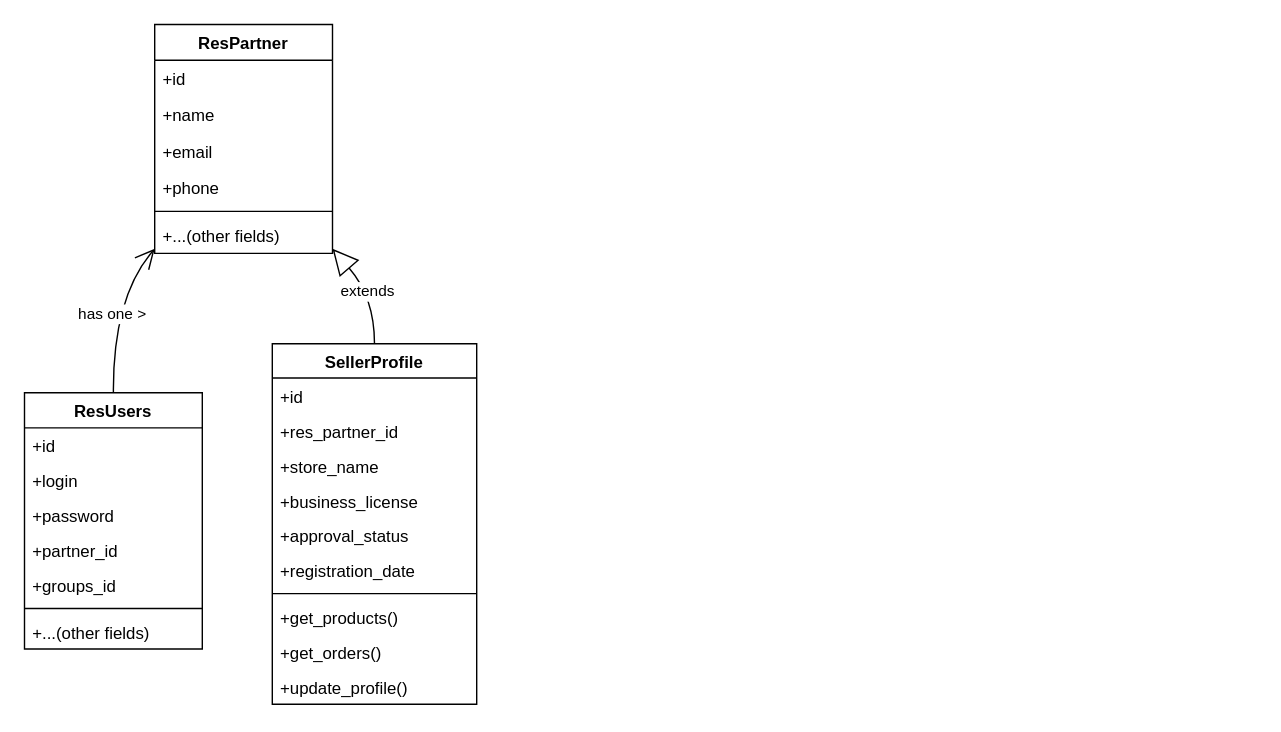
Earlier version of the draw.io diagram Diagrams/Vendor Management Module.drawio (wiembk/Marketplace). Source tidied: cells renumbered, new cells numbered last; positions are measured from the earlier drawing's top-left corner, leaving out a move shared by most shapes. Both pictures are drawn from the tidied source at 140%, with x=0, y=0 at pixel (24, 24).
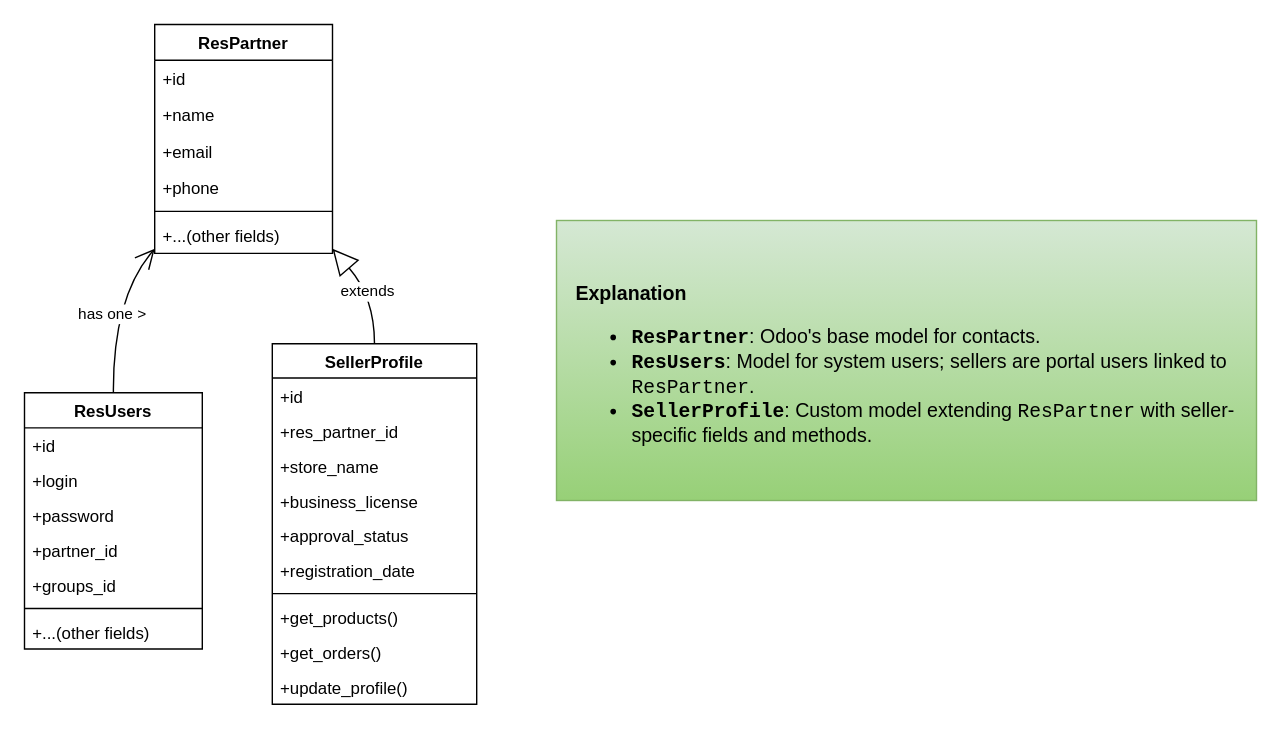
After the change.

Change to the diagram source:
```diff
@@
+    <mxCell id="30" value="&lt;h3 style=&quot;text-align: left; font-size: 14px;&quot;&gt;&lt;strong style=&quot;font-size: 14px;&quot;&gt;Explanation&lt;/strong&gt;&lt;/h3&gt;&lt;ul style=&quot;font-size: 14px;&quot;&gt;&lt;li style=&quot;text-align: left; font-size: 14px;&quot;&gt;&lt;strong style=&quot;font-size: 14px;&quot;&gt;&lt;code style=&quot;font-size: 14px;&quot;&gt;ResPartner&lt;/code&gt;&lt;/strong&gt;: Odoo's base model for contacts.&lt;/li&gt;&lt;li style=&quot;text-align: left; font-size: 14px;&quot;&gt;&lt;strong style=&quot;font-size: 14px;&quot;&gt;&lt;code style=&quot;font-size: 14px;&quot;&gt;ResUsers&lt;/code&gt;&lt;/strong&gt;: Model for system users; sellers are portal users linked to &lt;code style=&quot;font-size: 14px;&quot;&gt;ResPartner&lt;/code&gt;.&lt;/li&gt;&lt;li style=&quot;text-align: left; font-size: 14px;&quot;&gt;&lt;strong style=&quot;font-size: 14px;&quot;&gt;&lt;code style=&quot;font-size: 14px;&quot;&gt;SellerProfile&lt;/code&gt;&lt;/strong&gt;: Custom model extending &lt;code style=&quot;font-size: 14px;&quot;&gt;ResPartner&lt;/code&gt; with seller-specific fields and methods.&lt;/li&gt;&lt;/ul&gt;&lt;h3 style=&quot;font-size: 14px;&quot;&gt;&lt;/h3&gt;&lt;h2 style=&quot;font-size: 14px;&quot;&gt;&lt;/h2&gt;" style="rounded=0;whiteSpace=wrap;html=1;fontSize=14;spacingTop=6;spacing=15;fillColor=#d5e8d4;strokeColor=#82b366;gradientColor=#97d077;" parent="1" vertex="1">
+      <mxGeometry x="380" y="140" width="500" height="200" as="geometry" />
+    </mxCell>
```
